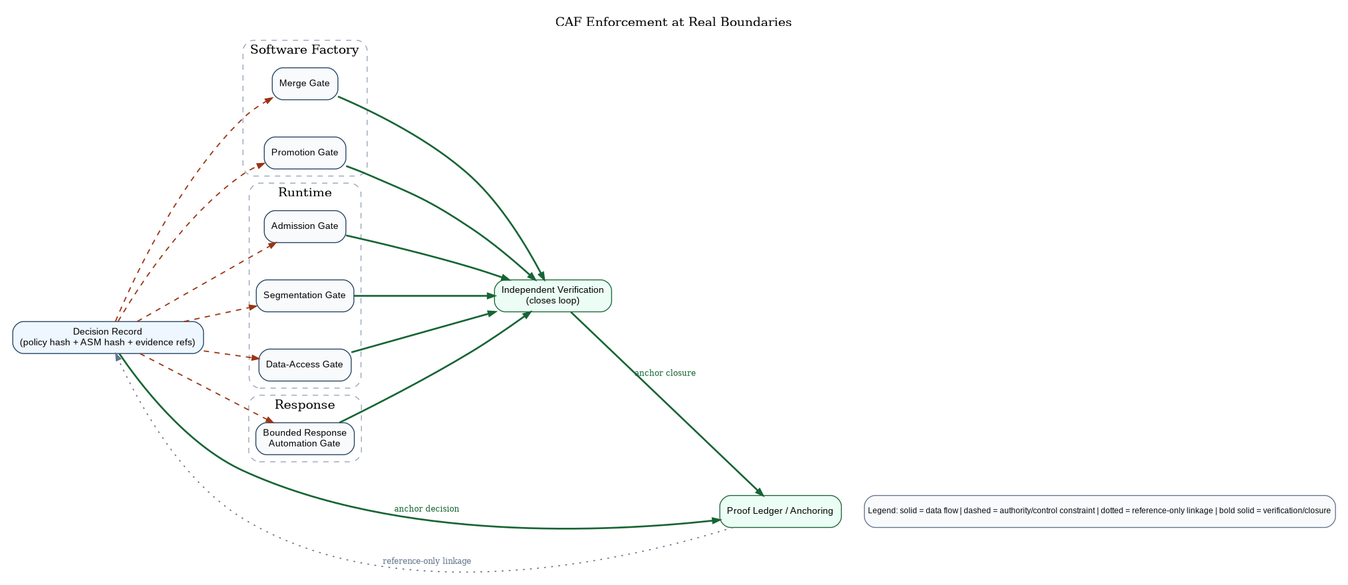
Before: papers/caf-ra/diagrams/caf_enforcement_boundaries.png, a diagram exported from Graphviz (anboas/Whitepaper). Its source is kept beside it as papers/caf-ra/diagrams-src/caf_enforcement_boundaries.dot.
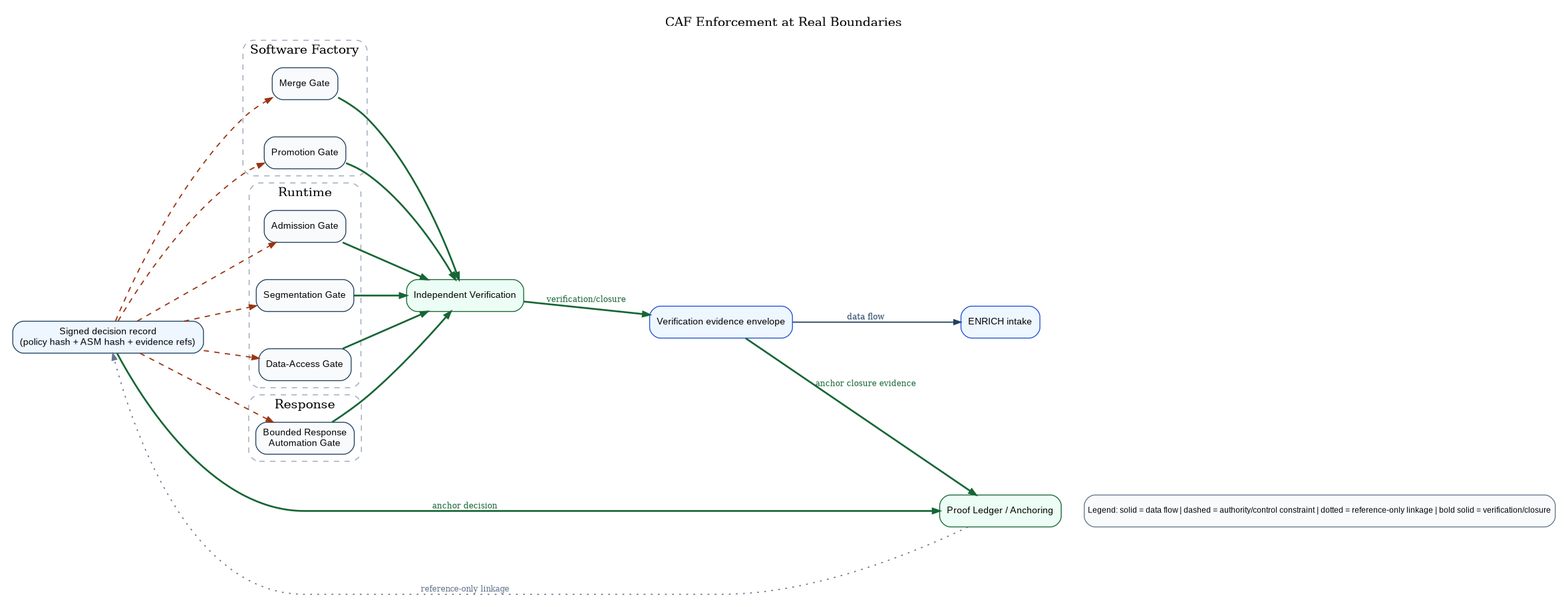
Later version of the same file.

What changed in the source:
```diff
@@ -12,7 +12,7 @@
   node [shape=box, style="rounded,filled", fillcolor="#F8FAFC", color="#204060", fontname="Arial", fontsize=10.8];
   edge [color="#204060", arrowsize=0.76, penwidth=1.25];
 
-  Decision [label="Decision Record\n(policy hash + ASM hash + evidence refs)", fillcolor="#EEF6FF"];
+  Decision [label="Signed decision record\n(policy hash + ASM hash + evidence refs)", fillcolor="#EEF6FF"];
 
   subgraph cluster_factory {
     label="Software Factory";
@@ -38,7 +38,9 @@
     Response [label="Bounded Response\nAutomation Gate"];
   }
 
-  Verify [label="Independent Verification\n(closes loop)", fillcolor="#ECFDF5", color="#166534"];
+  Verify [label="Independent Verification", fillcolor="#ECFDF5", color="#166534"];
+  VerifyEnvelope [label="Verification evidence envelope", fillcolor="#EEF6FF", color="#1D4ED8"];
+  EnrichIntake [label="ENRICH intake", fillcolor="#EEF6FF", color="#1D4ED8"];
   Ledger [label="Proof Ledger / Anchoring", fillcolor="#ECFDF5", color="#166534"];
 
   Decision -> Merge [style=dashed, color="#9A3412", penwidth=1.35];
@@ -55,8 +57,11 @@
   Data -> Verify [style=bold, color="#166534", penwidth=2.0];
   Response -> Verify [style=bold, color="#166534", penwidth=2.0];
 
+  Verify -> VerifyEnvelope [style=bold, color="#166534", penwidth=2.0, label="verification/closure", fontsize=9.0, fontcolor="#166534"];
+  VerifyEnvelope -> EnrichIntake [style=solid, color="#204060", penwidth=1.35, label="data flow", fontsize=8.8, fontcolor="#204060"];
+
   Decision -> Ledger [style=bold, color="#166534", penwidth=2.0, label="anchor decision", fontsize=9.0, fontcolor="#166534"];
-  Verify -> Ledger [style=bold, color="#166534", penwidth=2.0, label="anchor closure", fontsize=9.0, fontcolor="#166534"];
+  VerifyEnvelope -> Ledger [style=bold, color="#166534", penwidth=2.0, label="anchor closure evidence", fontsize=9.0, fontcolor="#166534"];
   Ledger -> Decision [style=dotted, color="#64748B", label="reference-only linkage", fontsize=8.7, fontcolor="#64748B"];
 
   Legend [
```
